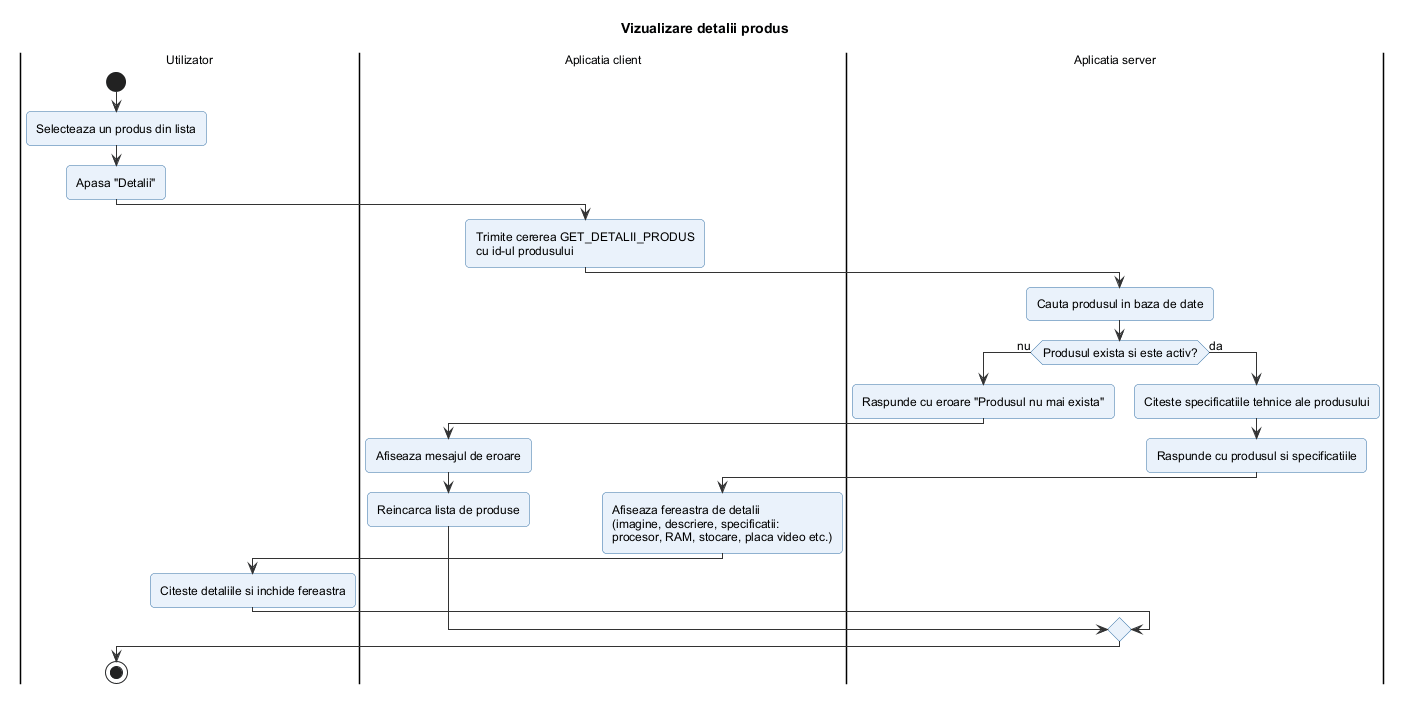
Above: docs/diagrame/2_activitati/vizualizare_detalii_produs.png in filip-eanu/ProiectIS (PlantUML), before the change.
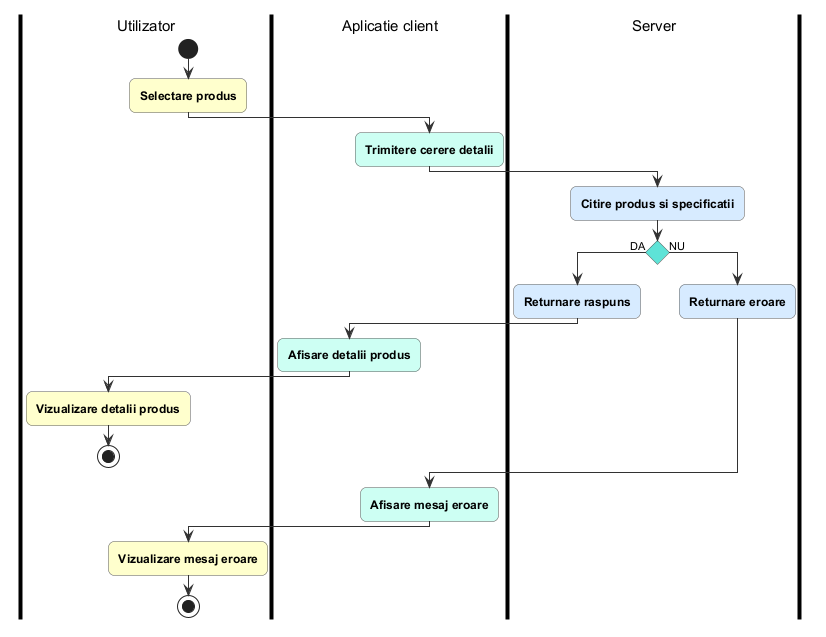
The same diagram one commit later.

What changed in the source:
```diff
@@ -1,31 +1,27 @@
 @startuml vizualizare_detalii_produs
-!include ../_stil.iuml
-title Vizualizare detalii produs
+!include ../_stil_activitati.iuml
 
 |Utilizator|
 start
-:Selecteaza un produs din lista;
-:Apasa "Detalii";
-|Aplicatia client|
-:Trimite cererea GET_DETALII_PRODUS
-cu id-ul produsului;
-|Aplicatia server|
-:Cauta produsul in baza de date;
-if (Produsul exista si este activ?) then (nu)
-  :Raspunde cu eroare "Produsul nu mai exista";
-  |Aplicatia client|
-  :Afiseaza mesajul de eroare;
-  :Reincarca lista de produse;
-else (da)
-  |Aplicatia server|
-  :Citeste specificatiile tehnice ale produsului;
-  :Raspunde cu produsul si specificatiile;
-  |Aplicatia client|
-  :Afiseaza fereastra de detalii
-  (imagine, descriere, specificatii:
-  procesor, RAM, stocare, placa video etc.);
+$A("Selectare produs")
+|Aplicatie client|
+$C("Trimitere cerere detalii")
+|Server|
+$S("Citire produs si specificatii")
+if () then (DA)
+  $S("Returnare raspuns")
+  |Aplicatie client|
+  $C("Afisare detalii produs")
   |Utilizator|
-  :Citeste detaliile si inchide fereastra;
+  $A("Vizualizare detalii produs")
+  stop
+else (NU)
+  |Server|
+  $S("Returnare eroare")
 endif
+|Aplicatie client|
+$C("Afisare mesaj eroare")
+|Utilizator|
+$A("Vizualizare mesaj eroare")
 stop
 @enduml
```
